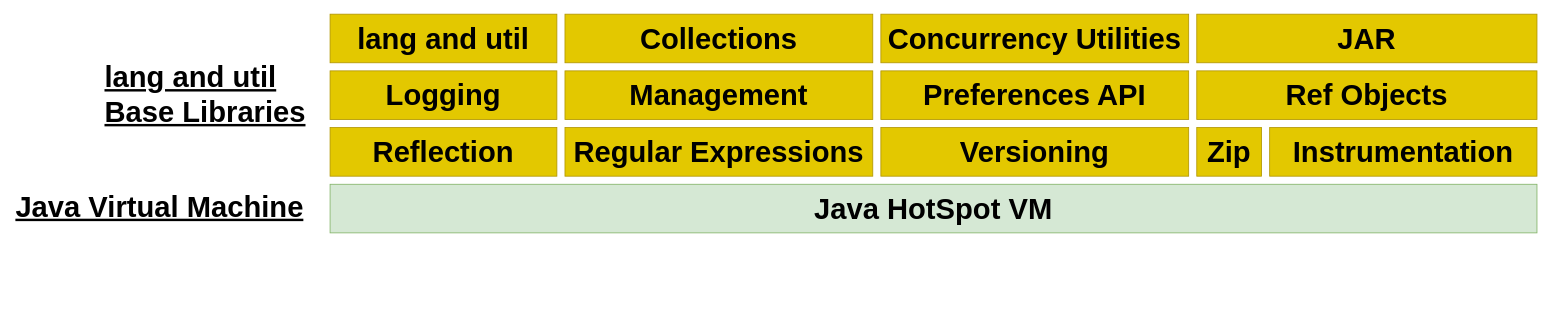
The draw.io diagram java-road-map/Java开发知识结构.drawio in zhuyee/draw, before the edit. Source tidied: cells renumbered, new cells numbered last; positions are measured from the earlier drawing's top-left corner, leaving out a move shared by most shapes. Both pictures are drawn from the tidied source at 81%, with x=0, y=0 at pixel (14, 14).
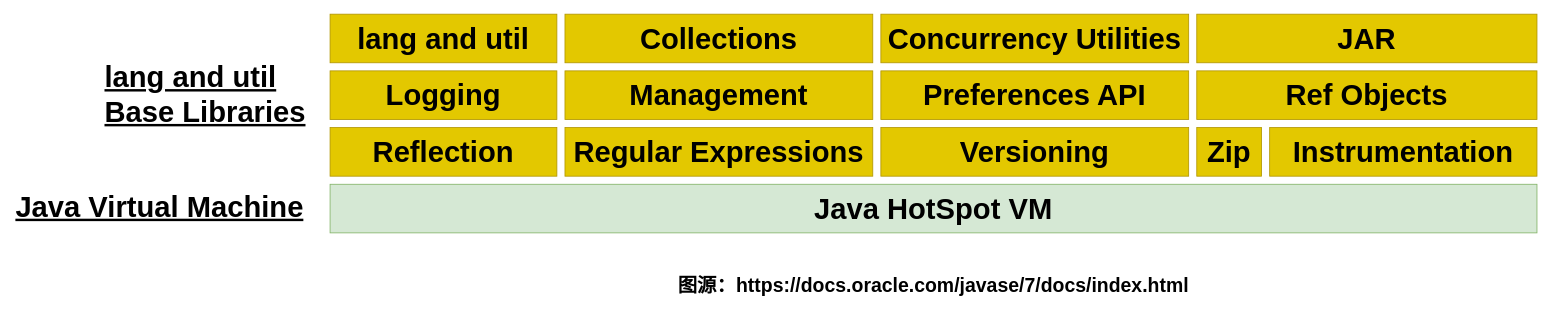
The same diagram, later.

Commit message:
更新 添加图源信息

The edit, as a diff of the source:
```diff
@@
 <mxGraphModel>
   <root>
     <mxCell id="0" />
     <mxCell id="1" parent="0" />
     <mxCell id="2" value="&lt;a style=&quot;color: rgb(0, 0, 0); font-family: Arial, Helvetica, sans-serif; font-weight: bold; text-decoration-line: none; font-size: 36px;&quot; class=&quot;atext&quot; href=&quot;https://docs.oracle.com/javase/7/docs/technotes/guides/vm/index.html&quot; alt=&quot;Java HotSpot VM&quot;&gt;Java HotSpot VM&lt;/a&gt;" style="rounded=0;whiteSpace=wrap;html=1;fillColor=#d5e8d4;strokeColor=#82b366;verticalAlign=middle;" parent="1" vertex="1">
       <mxGeometry x="390" y="210" width="1490" height="60" as="geometry" />
     </mxCell>
     <mxCell id="3" value="&lt;a style=&quot;color: rgb(0, 0, 0); font-family: Arial, Helvetica, sans-serif; font-weight: bold; text-decoration-line: none;&quot; alt=&quot;Introspection of loaded classes and objects&quot; class=&quot;atext&quot; href=&quot;https://docs.oracle.com/javase/7/docs/technotes/guides/reflection/index.html&quot;&gt;&lt;font style=&quot;font-size: 36px;&quot;&gt;Reflection&lt;/font&gt;&lt;/a&gt;" style="rounded=0;whiteSpace=wrap;html=1;fontSize=36;fillColor=#e3c800;strokeColor=#B09500;fontColor=#000000;" parent="1" vertex="1">
       <mxGeometry x="390" y="140" width="280" height="60" as="geometry" />
     </mxCell>
     <mxCell id="4" value="&lt;a style=&quot;color: rgb(0, 0, 0); font-family: Arial, Helvetica, sans-serif; font-weight: bold; text-decoration-line: none;&quot; class=&quot;atext&quot; href=&quot;https://docs.oracle.com/javase/7/docs/api/java/util/regex/package-summary.html&quot; alt=&quot;Regular expressions&quot;&gt;&lt;font style=&quot;font-size: 36px;&quot;&gt;Regular Expressions&lt;/font&gt;&lt;/a&gt;" style="rounded=0;whiteSpace=wrap;html=1;fontSize=36;fillColor=#e3c800;strokeColor=#B09500;fontColor=#000000;" parent="1" vertex="1">
       <mxGeometry x="680" y="140" width="380" height="60" as="geometry" />
     </mxCell>
     <mxCell id="5" value="&lt;a style=&quot;color: rgb(0, 0, 0); font-family: Arial, Helvetica, sans-serif; font-weight: bold; text-decoration-line: none;&quot; alt=&quot;Package Version Identification&quot; class=&quot;atext&quot; href=&quot;https://docs.oracle.com/javase/7/docs/technotes/guides/versioning/index.html&quot;&gt;Versioning&lt;/a&gt;" style="rounded=0;whiteSpace=wrap;html=1;fontSize=36;fillColor=#e3c800;strokeColor=#B09500;fontColor=#000000;" parent="1" vertex="1">
       <mxGeometry x="1070" y="140" width="380" height="60" as="geometry" />
     </mxCell>
     <mxCell id="6" value="&lt;a style=&quot;color: rgb(0, 0, 0); font-family: Arial, Helvetica, sans-serif; font-weight: bold; text-decoration-line: none;&quot; alt=&quot;Reading and writing ZIP and GZIP file formats&quot; class=&quot;atext&quot; href=&quot;https://docs.oracle.com/javase/7/docs/api/java/util/zip/package-summary.html&quot;&gt;&lt;font style=&quot;font-size: 36px;&quot;&gt;Zip&lt;/font&gt;&lt;/a&gt;" style="rounded=0;whiteSpace=wrap;html=1;fontSize=36;fillColor=#e3c800;strokeColor=#B09500;fontColor=#000000;" parent="1" vertex="1">
       <mxGeometry x="1460" y="140" width="80" height="60" as="geometry" />
     </mxCell>
     <mxCell id="7" value="&lt;a style=&quot;color: rgb(0, 0, 0); font-family: Arial, Helvetica, sans-serif; font-weight: bold; text-decoration-line: none;&quot; alt=&quot;instrumentation&quot; class=&quot;atext&quot; href=&quot;https://docs.oracle.com/javase/7/docs/technotes/guides/instrumentation/index.html&quot;&gt;Instrumentation&lt;/a&gt;" style="rounded=0;whiteSpace=wrap;html=1;fontSize=36;fillColor=#e3c800;strokeColor=#B09500;fontColor=#000000;" parent="1" vertex="1">
       <mxGeometry x="1550" y="140" width="330" height="60" as="geometry" />
     </mxCell>
     <mxCell id="8" value="&lt;a style=&quot;color: rgb(0, 0, 0); font-family: Arial, Helvetica, sans-serif; font-weight: bold; text-decoration-line: none;&quot; class=&quot;atext&quot; href=&quot;https://docs.oracle.com/javase/7/docs/technotes/guides/logging/index.html&quot; alt=&quot;Logging features&quot;&gt;Logging&lt;/a&gt;" style="rounded=0;whiteSpace=wrap;html=1;fontSize=36;fillColor=#e3c800;strokeColor=#B09500;fontColor=#000000;" parent="1" vertex="1">
       <mxGeometry x="390" y="70" width="280" height="60" as="geometry" />
     </mxCell>
     <mxCell id="9" value="&lt;a style=&quot;color: rgb(0, 0, 0); font-family: Arial, Helvetica, sans-serif; font-weight: bold; text-decoration-line: none;&quot; alt=&quot;Java virtual machine monitoring and management&quot; class=&quot;atext&quot; href=&quot;https://docs.oracle.com/javase/7/docs/technotes/guides/management/index.html&quot;&gt;Management&lt;/a&gt;" style="rounded=0;whiteSpace=wrap;html=1;fontSize=36;fillColor=#e3c800;strokeColor=#B09500;fontColor=#000000;" parent="1" vertex="1">
       <mxGeometry x="680" y="70" width="380" height="60" as="geometry" />
     </mxCell>
     <mxCell id="10" value="&lt;a style=&quot;color: rgb(0, 0, 0); font-family: Arial, Helvetica, sans-serif; font-weight: bold; text-decoration-line: none;&quot; class=&quot;atext&quot; href=&quot;https://docs.oracle.com/javase/7/docs/technotes/guides/preferences/index.html&quot; alt=&quot;Preferences&quot;&gt;Preferences API&lt;/a&gt;" style="rounded=0;whiteSpace=wrap;html=1;fontSize=36;fillColor=#e3c800;strokeColor=#B09500;fontColor=#000000;" parent="1" vertex="1">
       <mxGeometry x="1070" y="70" width="380" height="60" as="geometry" />
     </mxCell>
     <mxCell id="11" value="&lt;a style=&quot;color: rgb(0, 0, 0); font-family: Arial, Helvetica, sans-serif; font-weight: bold; text-decoration-line: none;&quot; class=&quot;atext&quot; href=&quot;https://docs.oracle.com/javase/7/docs/api/java/lang/ref/package-summary.html&quot; alt=&quot;Reference Objects API&quot;&gt;Ref Objects&lt;/a&gt;" style="rounded=0;whiteSpace=wrap;html=1;fontSize=36;fillColor=#e3c800;strokeColor=#B09500;fontColor=#000000;" parent="1" vertex="1">
       <mxGeometry x="1460" y="70" width="420" height="60" as="geometry" />
     </mxCell>
     <mxCell id="12" value="&lt;a style=&quot;color: rgb(0, 0, 0); font-family: Arial, Helvetica, sans-serif; font-weight: bold; text-decoration-line: none;&quot; alt=&quot;java.lang and java.util packages&quot; class=&quot;atext&quot; href=&quot;https://docs.oracle.com/javase/7/docs/technotes/guides/lang/index.html&quot;&gt;lang and util&lt;/a&gt;" style="rounded=0;whiteSpace=wrap;html=1;fontSize=36;fillColor=#e3c800;strokeColor=#B09500;fontColor=#000000;" parent="1" vertex="1">
       <mxGeometry x="390" width="280" height="60" as="geometry" />
     </mxCell>
     <mxCell id="13" value="&lt;a style=&quot;color: rgb(0, 0, 0); font-family: Arial, Helvetica, sans-serif; font-weight: bold; text-decoration-line: none;&quot; alt=&quot;Framework for representing and manipulating collections&quot; class=&quot;atext&quot; href=&quot;https://docs.oracle.com/javase/7/docs/technotes/guides/collections/index.html&quot;&gt;Collections&lt;/a&gt;" style="rounded=0;whiteSpace=wrap;html=1;fontSize=36;fillColor=#e3c800;strokeColor=#B09500;fontColor=#000000;" parent="1" vertex="1">
       <mxGeometry x="680" width="380" height="60" as="geometry" />
     </mxCell>
     <mxCell id="14" value="&lt;a style=&quot;color: rgb(0, 0, 0); font-family: Arial, Helvetica, sans-serif; font-weight: bold; text-decoration-line: none;&quot; alt=&quot;Concurrency utilities&quot; class=&quot;atext&quot; href=&quot;https://docs.oracle.com/javase/7/docs/technotes/guides/concurrency/index.html&quot;&gt;Concurrency Utilities&lt;/a&gt;" style="rounded=0;whiteSpace=wrap;html=1;fontSize=36;fillColor=#e3c800;strokeColor=#B09500;fontColor=#000000;" parent="1" vertex="1">
       <mxGeometry x="1070" width="380" height="60" as="geometry" />
     </mxCell>
     <mxCell id="15" value="&lt;a style=&quot;color: rgb(0, 0, 0); font-family: Arial, Helvetica, sans-serif; font-weight: bold; text-decoration-line: none;&quot; alt=&quot;Platform-independent file format that aggregates many files into one&quot; class=&quot;atext&quot; href=&quot;https://docs.oracle.com/javase/7/docs/technotes/guides/jar/index.html&quot;&gt;JAR&lt;/a&gt;" style="rounded=0;whiteSpace=wrap;html=1;fontSize=36;fillColor=#e3c800;strokeColor=#B09500;fontColor=#000000;" parent="1" vertex="1">
       <mxGeometry x="1460" width="420" height="60" as="geometry" />
     </mxCell>
     <mxCell id="16" value="&lt;a style=&quot;font-size: 36px; color: rgb(0, 0, 0); font-family: Arial, Helvetica, sans-serif; text-decoration: underline; font-style: normal; font-variant-ligatures: normal; font-variant-caps: normal; font-weight: 400; letter-spacing: normal; orphans: 2; text-align: right; text-indent: 0px; text-transform: none; widows: 2; word-spacing: 0px; -webkit-text-stroke-width: 0px;&quot; class=&quot;ahead&quot; href=&quot;https://docs.oracle.com/javase/7/docs/technotes/guides/vm/index.html&quot; alt=&quot;Java Virtual Machine&quot;&gt;&lt;b style=&quot;font-size: 36px;&quot;&gt;Java Virtual Machine&lt;/b&gt;&lt;/a&gt;" style="text;whiteSpace=wrap;html=1;fontSize=36;" parent="1" vertex="1">
       <mxGeometry y="210" width="370" height="60" as="geometry" />
     </mxCell>
     <mxCell id="17" value="&lt;a style=&quot;font-size: 36px; color: rgb(0, 0, 0); font-family: Arial, Helvetica, sans-serif; text-decoration: underline; font-style: normal; font-variant-ligatures: normal; font-variant-caps: normal; font-weight: 400; letter-spacing: normal; orphans: 2; text-align: right; text-indent: 0px; text-transform: none; widows: 2; word-spacing: 0px; -webkit-text-stroke-width: 0px;&quot; class=&quot;ahead&quot; href=&quot;https://docs.oracle.com/javase/7/docs/technotes/guides/index.html#langutil&quot;&gt;&lt;b style=&quot;font-size: 36px;&quot;&gt;lang and util&lt;br style=&quot;font-size: 36px;&quot;&gt;Base Libraries&lt;/b&gt;&lt;/a&gt;" style="text;whiteSpace=wrap;html=1;fontSize=36;" parent="1" vertex="1">
       <mxGeometry x="110" y="50" width="260" height="100" as="geometry" />
     </mxCell>
+    <mxCell id="18" value="&lt;font style=&quot;font-size: 24px;&quot;&gt;图源：https://docs.oracle.com/javase/7/docs/index.html&lt;/font&gt;" style="text;html=1;strokeColor=none;fillColor=none;align=center;verticalAlign=middle;whiteSpace=wrap;rounded=0;fontStyle=1;" parent="1" vertex="1">
+      <mxGeometry x="800" y="310" width="670" height="50" as="geometry" />
+    </mxCell>
   </root>
 </mxGraphModel>
```
